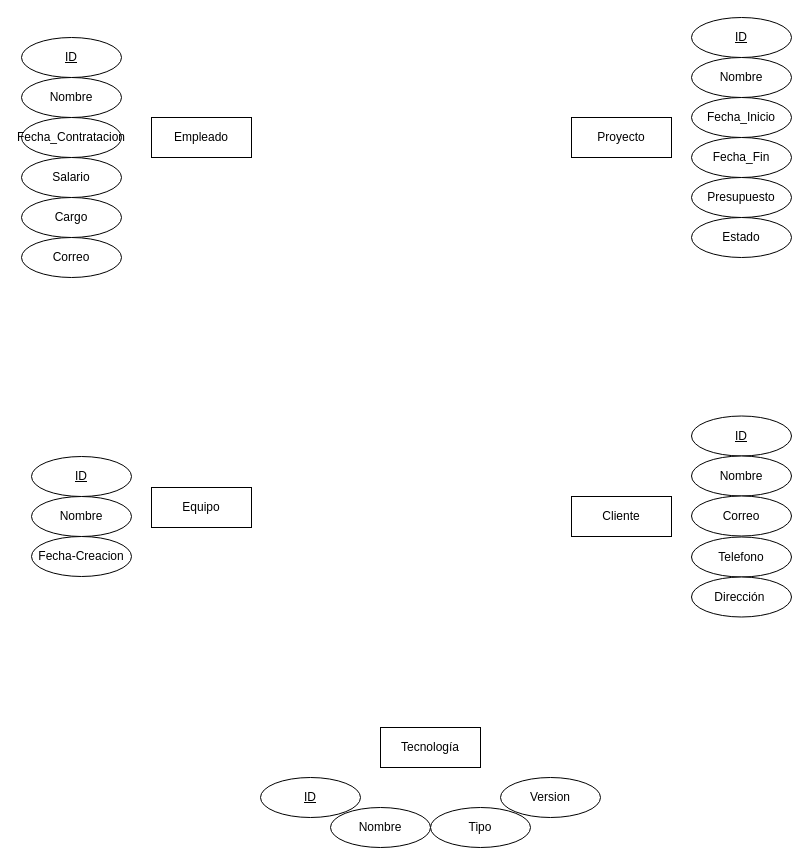
Earlier version of the draw.io diagram Proyecto.drawio (SebassX69/DiagramasDB). Source tidied: cells renumbered, new cells numbered last; positions are measured from the earlier drawing's top-left corner, leaving out a move shared by most shapes. Both pictures are drawn from the tidied source at 100%, with x=0, y=0 at pixel (21, 17).
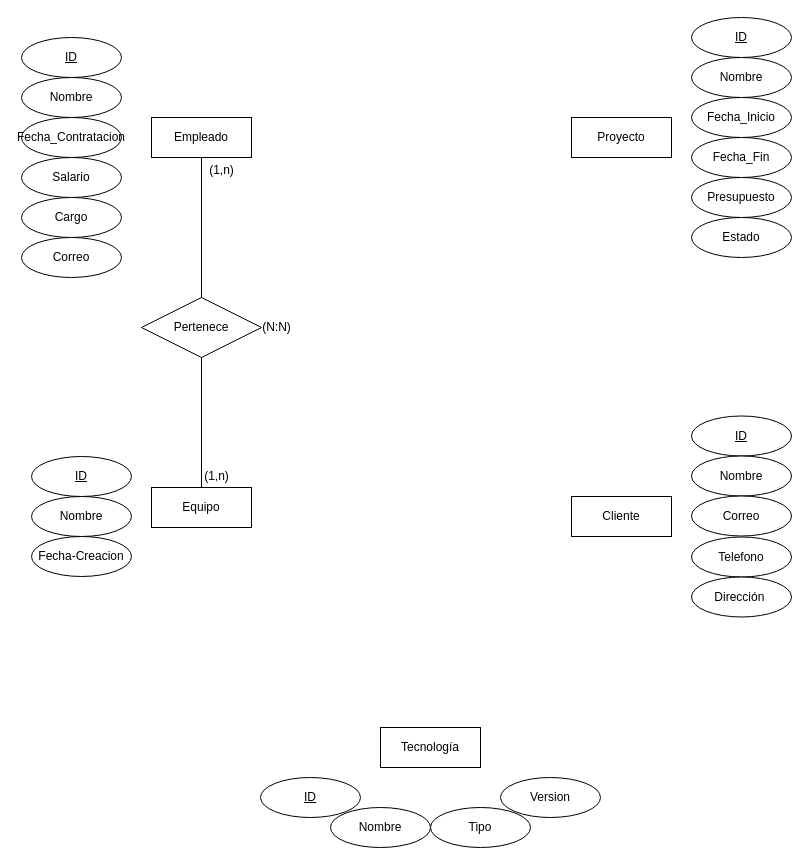
Above is the later version.

The change refers to these unchanged cells:
```xml
<mxCell id="2" value="Empleado" style="whiteSpace=wrap;html=1;align=center;" parent="1" vertex="1">
  <mxGeometry x="130" y="100" width="100" height="40" as="geometry" />
</mxCell>
<mxCell id="6" value="Equipo" style="whiteSpace=wrap;html=1;align=center;" parent="1" vertex="1">
  <mxGeometry x="130" y="470" width="100" height="40" as="geometry" />
</mxCell>
```

Change to the diagram source:
```diff
@@
+    <mxCell id="31" value="Pertenece" style="shape=rhombus;perimeter=rhombusPerimeter;whiteSpace=wrap;html=1;align=center;" parent="1" vertex="1">
+      <mxGeometry x="120" y="280" width="120" height="60" as="geometry" />
+    </mxCell>
+    <mxCell id="32" style="endArrow=none;html=1;rounded=0;exitX=0.5;exitY=1;exitDx=0;exitDy=0;entryX=0.5;entryY=0;entryDx=0;entryDy=0;" parent="1" edge="1" source="2" target="31">
+      <mxGeometry relative="1" as="geometry" />
+    </mxCell>
+    <mxCell id="33" style="endArrow=none;html=1;rounded=0;exitX=0.5;exitY=1;exitDx=0;exitDy=0;entryX=0.5;entryY=0;entryDx=0;entryDy=0;" parent="1" edge="1" source="31" target="6">
+      <mxGeometry relative="1" as="geometry" />
+    </mxCell>
+    <mxCell id="34" value="(1,n)" style="text;html=1;align=center;verticalAlign=middle;strokeColor=none;fillColor=none;" parent="1" vertex="1">
+      <mxGeometry x="175" y="138" width="50" height="30" as="geometry" />
+    </mxCell>
+    <mxCell id="35" value="(1,n)" style="text;html=1;align=center;verticalAlign=middle;strokeColor=none;fillColor=none;" parent="1" vertex="1">
+      <mxGeometry x="170" y="443.5" width="50" height="30" as="geometry" />
+    </mxCell>
+    <mxCell id="36" value="(N:N)" style="text;html=1;align=center;verticalAlign=middle;strokeColor=none;fillColor=none;" parent="1" vertex="1">
+      <mxGeometry x="230" y="295" width="50" height="30" as="geometry" />
+    </mxCell>
```
